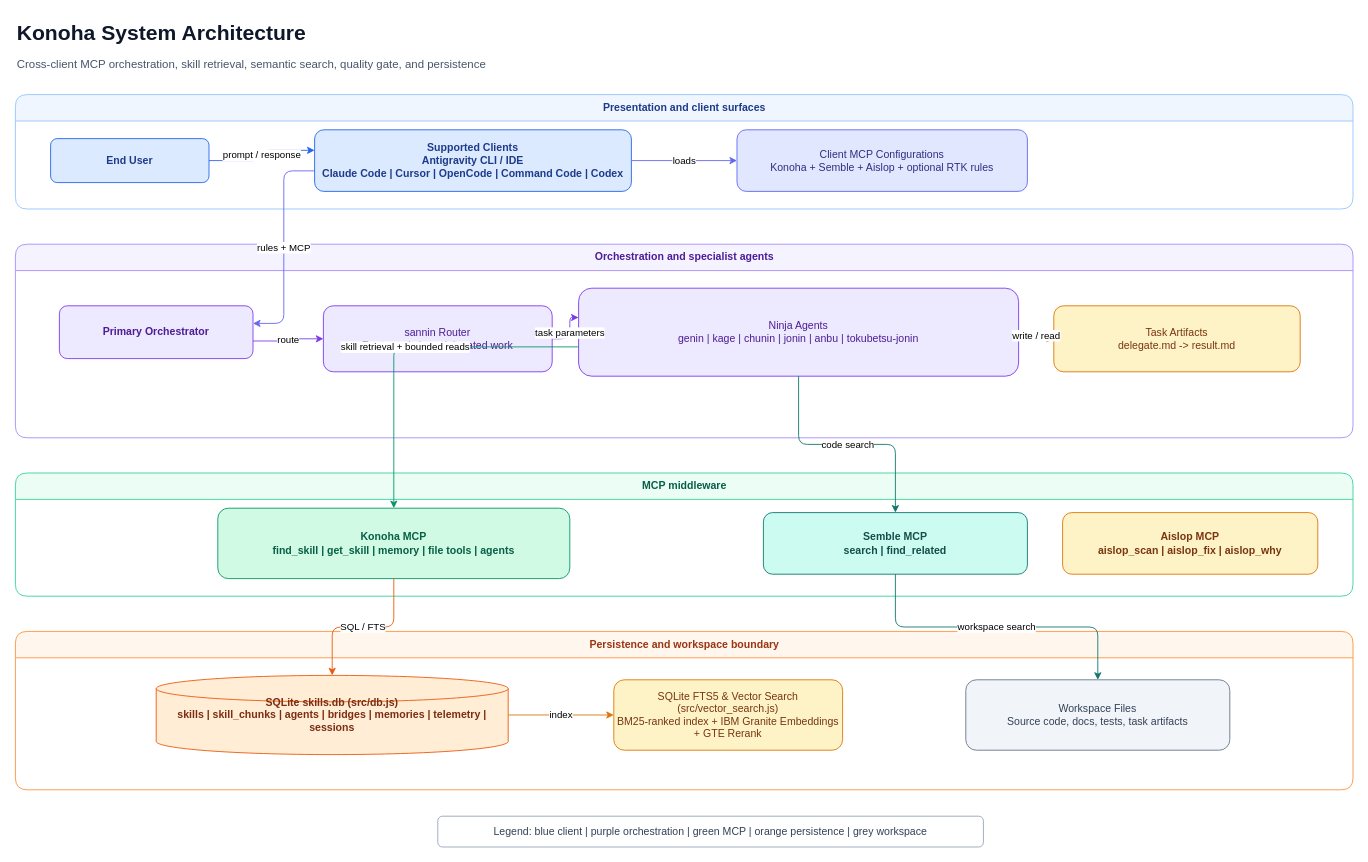
Above: page "01 System Architecture" (1 of 12) of docs/diagrams/konoha-architecture.drawio in andycungkrinx91/konoha (draw.io), before the change. Source tidied: cells renumbered, new cells numbered last; positions are measured from the earlier drawing's top-left corner, leaving out a move shared by most shapes. Both pictures are drawn from the tidied source at 88%, with x=0, y=0 at pixel (15, 15).
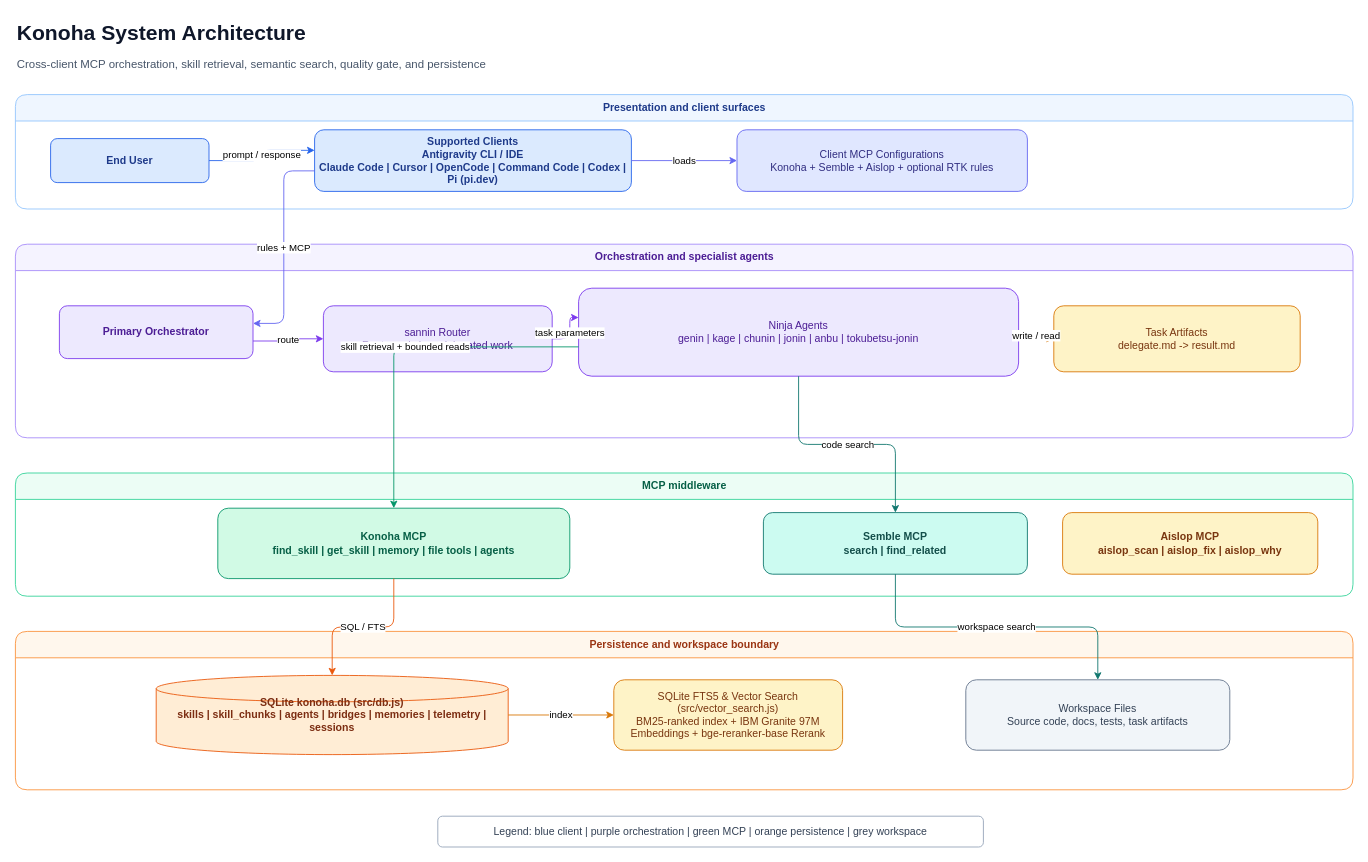
The same page after the edit.

The change refers to these unchanged cells:
```xml
<mxCell id="4" value="Presentation and client surfaces" style="swimlane;html=1;rounded=1;startSize=30;fillColor=#eff6ff;strokeColor=#93c5fd;fontColor=#1e3a8a;fontStyle=1;" parent="1" vertex="1">
  <mxGeometry y="90" width="1520" height="130" as="geometry" />
</mxCell>
<mxCell id="17" value="Persistence and workspace boundary" style="swimlane;html=1;rounded=1;startSize=30;fillColor=#fff7ed;strokeColor=#fb923c;fontColor=#9a3412;fontStyle=1;" parent="1" vertex="1">
  <mxGeometry y="700" width="1520" height="180" as="geometry" />
</mxCell>
```

What changed in the source:
```diff
@@
-    <mxCell id="6" value="Supported Clients&#10;Antigravity CLI / IDE&#10;Claude Code | Cursor | OpenCode | Command Code | Codex" style="rounded=1;html=1;whiteSpace=wrap;fillColor=#dbeafe;strokeColor=#2563eb;fontColor=#1e3a8a;fontStyle=1;" parent="4" vertex="1">
+    <mxCell id="6" value="Supported Clients&#10;Antigravity CLI / IDE&#10;Claude Code | Cursor | OpenCode | Command Code | Codex | Pi (pi.dev)" style="rounded=1;html=1;whiteSpace=wrap;fillColor=#dbeafe;strokeColor=#2563eb;fontColor=#1e3a8a;fontStyle=1;" parent="4" vertex="1">
       <mxGeometry x="340" y="40" width="360" height="70" as="geometry" />
     </mxCell>
@@
-    <mxCell id="18" value="SQLite skills.db (src/db.js)&#10;skills | skill_chunks | agents | bridges | memories | telemetry | sessions" style="shape=cylinder3;html=1;whiteSpace=wrap;fillColor=#ffedd5;strokeColor=#ea580c;fontColor=#7c2d12;fontStyle=1;overflow=visible;" parent="17" vertex="1">
+    <mxCell id="18" value="SQLite konoha.db (src/db.js)&#10;skills | skill_chunks | agents | bridges | memories | telemetry | sessions" style="shape=cylinder3;html=1;whiteSpace=wrap;fillColor=#ffedd5;strokeColor=#ea580c;fontColor=#7c2d12;fontStyle=1;overflow=visible;" parent="17" vertex="1">
       <mxGeometry x="160" y="50" width="400" height="90" as="geometry" />
     </mxCell>
-    <mxCell id="19" value="SQLite FTS5 &amp; Vector Search (src/vector_search.js)&#10;BM25-ranked index + IBM Granite Embeddings + GTE Rerank" style="rounded=1;html=1;whiteSpace=wrap;fillColor=#fef3c7;strokeColor=#d97706;fontColor=#78350f;" parent="17" vertex="1">
+    <mxCell id="19" value="SQLite FTS5 &amp; Vector Search (src/vector_search.js)&#10;BM25-ranked index + IBM Granite 97M Embeddings + bge-reranker-base Rerank" style="rounded=1;html=1;whiteSpace=wrap;fillColor=#fef3c7;strokeColor=#d97706;fontColor=#78350f;" parent="17" vertex="1">
       <mxGeometry x="680" y="55" width="260" height="80" as="geometry" />
     </mxCell>
```
